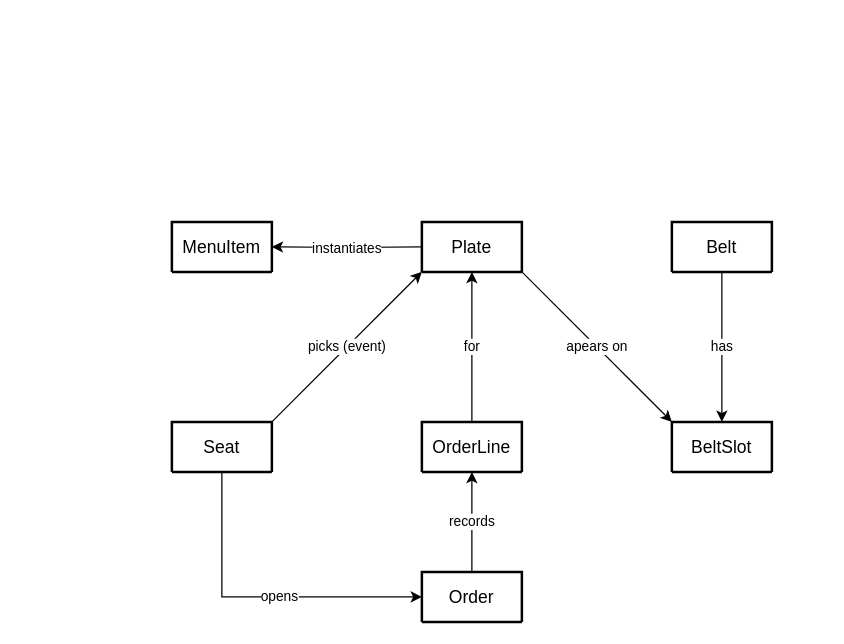
Before: docs/business-objects.drawio in lorenzipsum/sushi-train, a draw.io diagram. Source tidied: cells renumbered, new cells numbered last; positions are measured from the earlier drawing's top-left corner, leaving out a move shared by most shapes. Both pictures are drawn from the tidied source at 125%, with x=0, y=0 at pixel (171, 221).
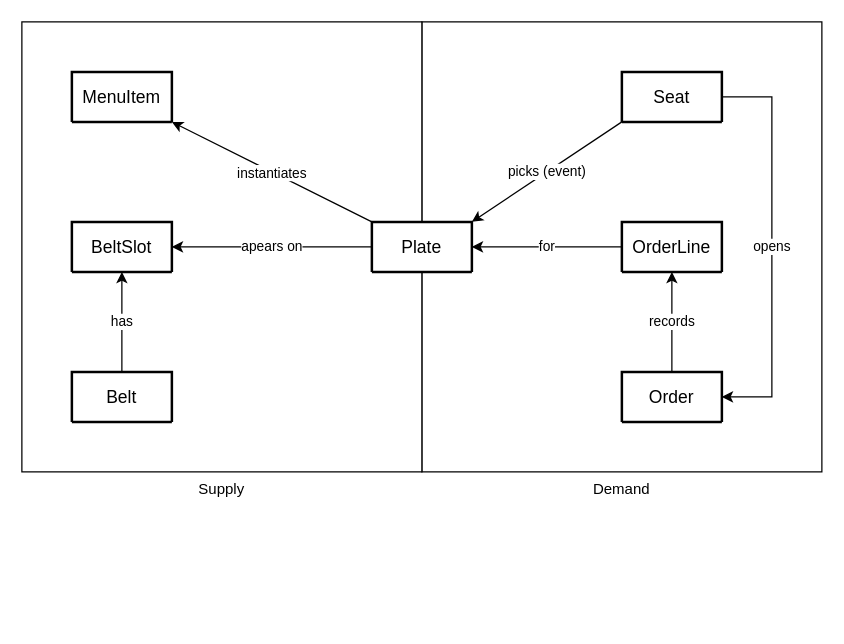
The same page after the edit.

Diff of the diagram source:
```diff
@@
+    <mxCell id="17" value="Demand" style="rounded=0;whiteSpace=wrap;html=1;labelPosition=center;verticalLabelPosition=bottom;align=center;verticalAlign=top;convertToSvg=1;" parent="1" vertex="1">
+      <mxGeometry x="200" y="-160" width="320" height="360" as="geometry" />
+    </mxCell>
+    <mxCell id="18" value="Supply" style="rounded=0;whiteSpace=wrap;html=1;labelPosition=center;verticalLabelPosition=bottom;align=center;verticalAlign=top;convertToSvg=1;" parent="1" vertex="1">
+      <mxGeometry x="-120" y="-160" width="320" height="360" as="geometry" />
+    </mxCell>
@@
     <mxCell id="3" value="Order" style="swimlane;horizontal=1;startSize=50;rounded=1;fontSize=14;fontStyle=0;strokeWidth=2;shadow=0;dashed=0;align=center;arcSize=4;whiteSpace=wrap;html=1;" parent="1" vertex="1">
-      <mxGeometry x="200" y="280" width="80" height="40" as="geometry" />
+      <mxGeometry x="360" y="120" width="80" height="40" as="geometry" />
     </mxCell>
     <mxCell id="4" value="MenuItem" style="swimlane;horizontal=1;startSize=50;rounded=1;fontSize=14;fontStyle=0;strokeWidth=2;shadow=0;dashed=0;align=center;arcSize=4;whiteSpace=wrap;html=1;" parent="1" vertex="1">
-      <mxGeometry width="80" height="40" as="geometry" />
+      <mxGeometry x="-80" y="-120" width="80" height="40" as="geometry" />
     </mxCell>
-    <mxCell id="5" value="opens" style="edgeStyle=orthogonalEdgeStyle;rounded=0;jettySize=auto;html=1;entryX=0;entryY=0.5;entryDx=0;entryDy=0;exitX=0.5;exitY=1;exitDx=0;exitDy=0;" parent="1" edge="1" source="7" target="3">
-      <mxGeometry x="0.12" relative="1" as="geometry" />
+    <mxCell id="5" value="opens" style="edgeStyle=orthogonalEdgeStyle;rounded=0;jettySize=auto;html=1;entryX=1;entryY=0.5;entryDx=0;entryDy=0;exitX=1;exitY=0.5;exitDx=0;exitDy=0;" parent="1" edge="1" source="7" target="3">
+      <mxGeometry relative="1" as="geometry">
+        <Array as="points">
+          <mxPoint x="480" y="-100" />
+          <mxPoint x="480" y="140" />
+        </Array>
+      </mxGeometry>
     </mxCell>
-    <mxCell id="6" value="picks (event)" style="rounded=0;jettySize=auto;html=1;entryX=0;entryY=1;entryDx=0;entryDy=0;exitX=1;exitY=0;exitDx=0;exitDy=0;" parent="1" edge="1" source="7" target="11">
+    <mxCell id="6" value="picks (event)" style="rounded=0;jettySize=auto;html=1;entryX=1;entryY=0;entryDx=0;entryDy=0;exitX=0;exitY=1;exitDx=0;exitDy=0;" parent="1" edge="1" source="7" target="11">
       <mxGeometry relative="1" as="geometry" />
     </mxCell>
     <mxCell id="7" value="Seat" style="swimlane;horizontal=1;startSize=50;rounded=1;fontSize=14;fontStyle=0;strokeWidth=2;shadow=0;dashed=0;align=center;arcSize=4;whiteSpace=wrap;html=1;" parent="1" vertex="1">
-      <mxGeometry y="160" width="80" height="40" as="geometry" />
+      <mxGeometry x="360" y="-120" width="80" height="40" as="geometry" />
     </mxCell>
-    <mxCell id="8" value="apears on" style="rounded=0;jettySize=auto;html=1;entryX=0;entryY=0;entryDx=0;entryDy=0;exitX=1;exitY=1;exitDx=0;exitDy=0;" parent="1" edge="1" source="11" target="14">
+    <mxCell id="8" value="apears on" style="rounded=0;jettySize=auto;html=1;entryX=1;entryY=0.5;entryDx=0;entryDy=0;exitX=0;exitY=0.5;exitDx=0;exitDy=0;" parent="1" edge="1" source="11" target="14">
       <mxGeometry relative="1" as="geometry" />
     </mxCell>
-    <mxCell id="9" style="edgeStyle=orthogonalEdgeStyle;rounded=0;jettySize=auto;html=1;entryX=1;entryY=0.5;entryDx=0;entryDy=0;" parent="1" edge="1" target="4">
-      <mxGeometry relative="1" as="geometry">
-        <mxPoint x="200" y="20" as="sourcePoint" />
-      </mxGeometry>
+    <mxCell id="9" style="rounded=0;jettySize=auto;html=1;entryX=1;entryY=1;entryDx=0;entryDy=0;exitX=0;exitY=0;exitDx=0;exitDy=0;" parent="1" edge="1" source="11" target="4">
+      <mxGeometry relative="1" as="geometry" />
     </mxCell>
     <mxCell id="10" value="instantiates" style="edgeLabel;html=1;align=center;verticalAlign=middle;" parent="9" vertex="1">
       <mxGeometry x="0.29" y="1" relative="1" as="geometry">
-        <mxPoint x="17" y="-1" as="offset" />
+        <mxPoint x="23" y="11" as="offset" />
       </mxGeometry>
     </mxCell>
     <mxCell id="11" value="Plate" style="swimlane;horizontal=1;startSize=50;rounded=1;fontSize=14;fontStyle=0;strokeWidth=2;shadow=0;dashed=0;align=center;arcSize=4;whiteSpace=wrap;html=1;" parent="1" vertex="1">
-      <mxGeometry x="200" width="80" height="40" as="geometry" />
+      <mxGeometry x="160" width="80" height="40" as="geometry" />
     </mxCell>
-    <mxCell id="12" value="has" style="edgeStyle=orthogonalEdgeStyle;rounded=0;jettySize=auto;html=1;entryX=0.5;entryY=0;entryDx=0;entryDy=0;" parent="1" edge="1" source="13" target="14">
+    <mxCell id="12" value="has" style="edgeStyle=orthogonalEdgeStyle;rounded=0;jettySize=auto;html=1;entryX=0.5;entryY=1;entryDx=0;entryDy=0;" parent="1" edge="1" source="13" target="14">
       <mxGeometry relative="1" as="geometry" />
     </mxCell>
     <mxCell id="13" value="Belt" style="swimlane;horizontal=1;startSize=50;rounded=1;fontSize=14;fontStyle=0;strokeWidth=2;shadow=0;dashed=0;align=center;arcSize=4;whiteSpace=wrap;html=1;" parent="1" vertex="1">
-      <mxGeometry x="400" width="80" height="40" as="geometry" />
+      <mxGeometry x="-80" y="120" width="80" height="40" as="geometry" />
     </mxCell>
     <mxCell id="14" value="BeltSlot" style="swimlane;horizontal=1;startSize=50;rounded=1;fontSize=14;fontStyle=0;strokeWidth=2;shadow=0;dashed=0;align=center;arcSize=4;whiteSpace=wrap;html=1;" parent="1" vertex="1">
-      <mxGeometry x="400" y="160" width="80" height="40" as="geometry" />
+      <mxGeometry x="-80" width="80" height="40" as="geometry" />
     </mxCell>
-    <mxCell id="15" value="for" style="rounded=0;jettySize=auto;html=1;entryX=0.5;entryY=1;entryDx=0;entryDy=0;exitX=0.5;exitY=0;exitDx=0;exitDy=0;" parent="1" edge="1" source="16" target="11">
+    <mxCell id="15" value="for" style="rounded=0;jettySize=auto;html=1;entryX=1;entryY=0.5;entryDx=0;entryDy=0;exitX=0;exitY=0.5;exitDx=0;exitDy=0;" parent="1" edge="1" source="16" target="11">
       <mxGeometry relative="1" as="geometry" />
     </mxCell>
     <mxCell id="16" value="OrderLine" style="swimlane;horizontal=1;startSize=50;rounded=1;fontSize=14;fontStyle=0;strokeWidth=2;shadow=0;dashed=0;align=center;arcSize=4;whiteSpace=wrap;html=1;" parent="1" vertex="1">
-      <mxGeometry x="200" y="160" width="80" height="40" as="geometry" />
+      <mxGeometry x="360" width="80" height="40" as="geometry" />
     </mxCell>
```
